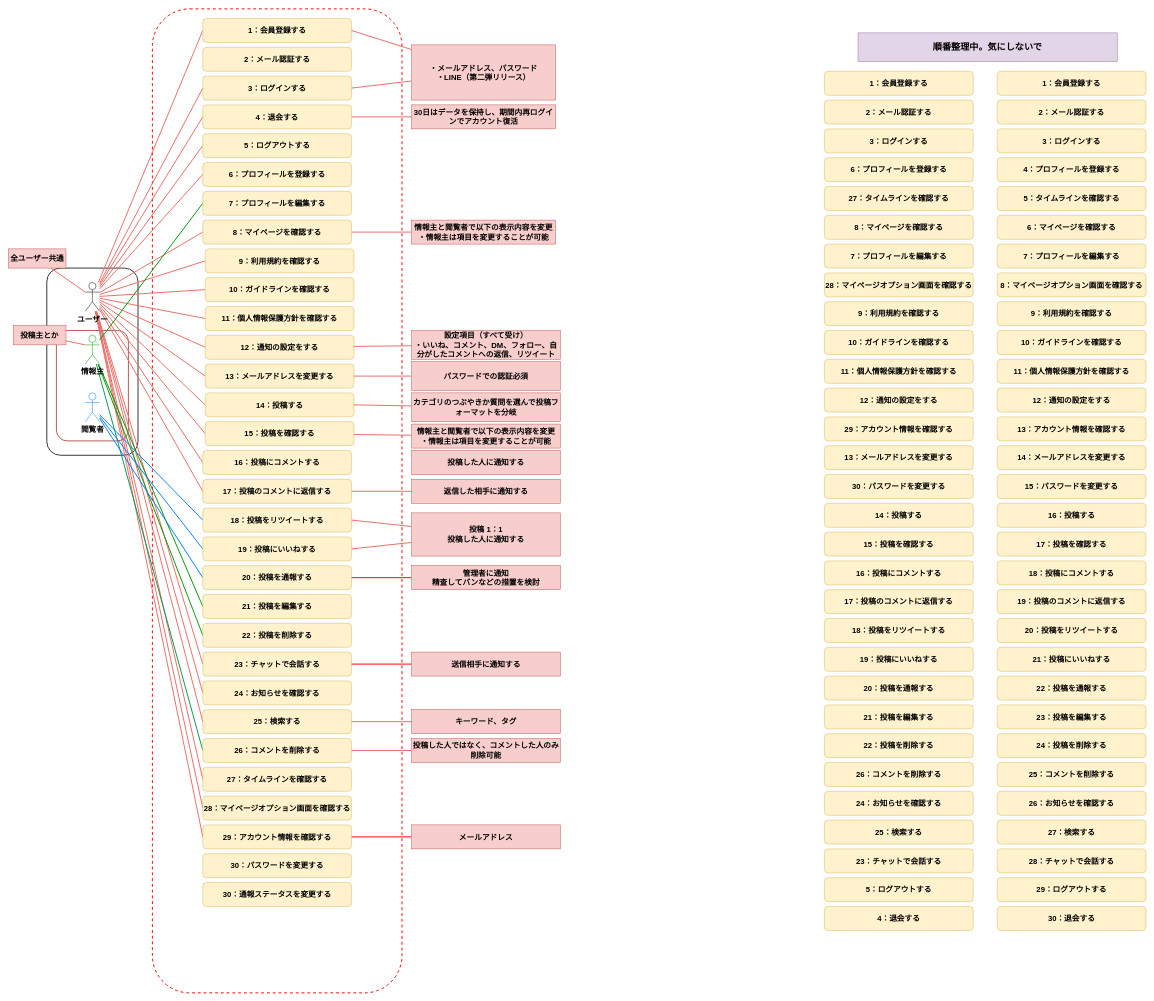
Earlier version of the draw.io diagram page "ユースケース図" (1 of 4) of modeling.drawio (haseryo0403/VenTal). Source tidied: cells renumbered, new cells numbered last; positions are measured from the earlier drawing's top-left corner, leaving out a move shared by most shapes. Both pictures are drawn from the tidied source at 48%, with x=0, y=0 at pixel (8, 9).
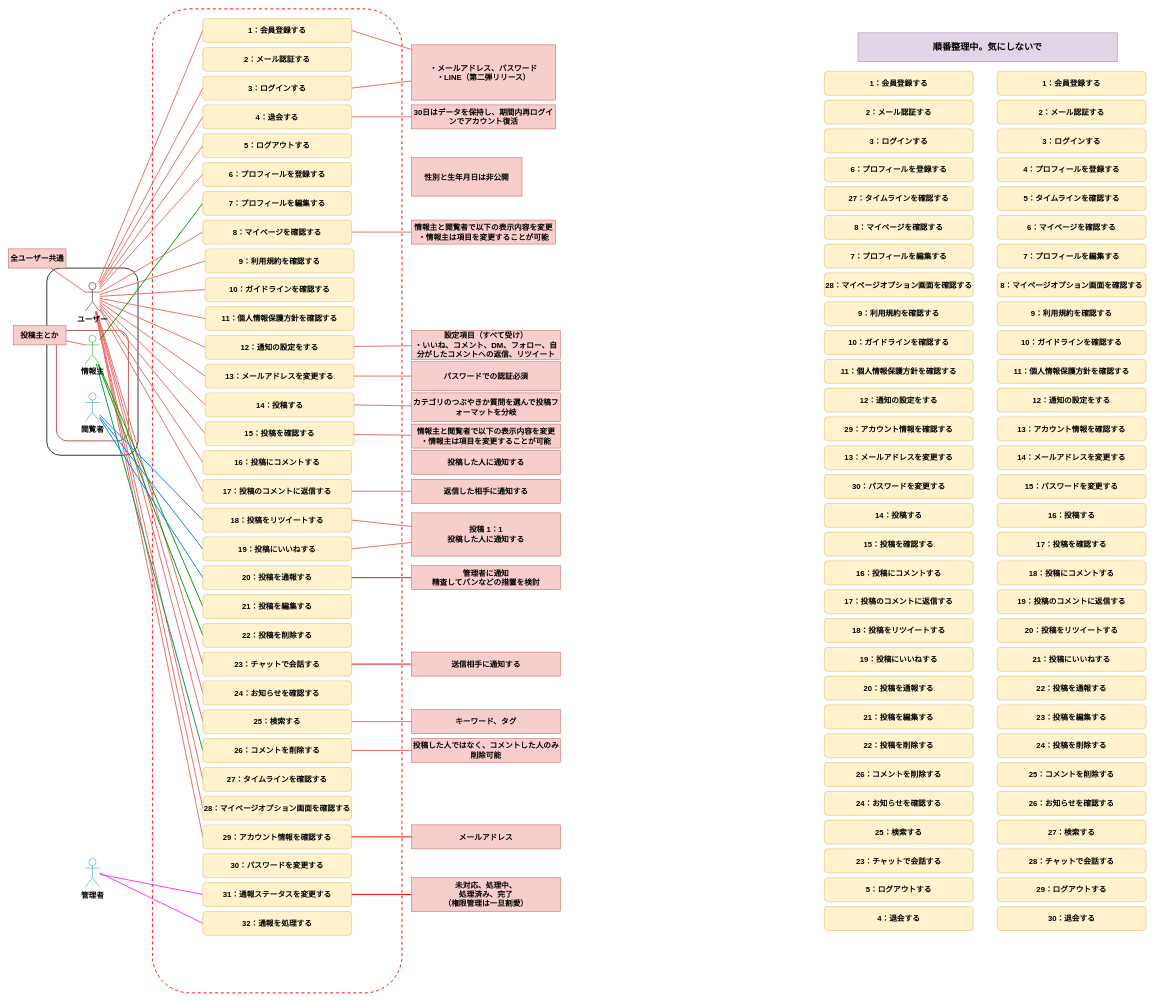
The same page after the edit.

Change to the diagram source:
```diff
@@
-    <mxCell id="163" value="&lt;span style=&quot;background-color: initial;&quot;&gt;30：通報ステータスを変更する&lt;/span&gt;" style="rounded=1;whiteSpace=wrap;html=1;strokeColor=#d6b656;align=center;verticalAlign=middle;fontFamily=Helvetica;fontSize=16;fontStyle=1;fillColor=#fff2cc;" parent="1" vertex="1">
+    <mxCell id="163" value="&lt;span style=&quot;background-color: initial;&quot;&gt;31：通報ステータスを変更する&lt;/span&gt;" style="rounded=1;whiteSpace=wrap;html=1;strokeColor=#d6b656;align=center;verticalAlign=middle;fontFamily=Helvetica;fontSize=16;fontStyle=1;fillColor=#fff2cc;" parent="1" vertex="1">
       <mxGeometry x="405" y="1820" width="310" height="50" as="geometry" />
     </mxCell>
+    <mxCell id="164" style="shape=connector;rounded=0;jettySize=auto;html=1;strokeColor=#FF33FF;align=center;verticalAlign=middle;fontFamily=Helvetica;fontSize=12;fontColor=default;fontStyle=1;labelBackgroundColor=none;endArrow=none;strokeWidth=2;entryX=0;entryY=0.5;entryDx=0;entryDy=0;endFill=0;" parent="1" edge="1" source="165" target="163">
+      <mxGeometry relative="1" as="geometry" />
+    </mxCell>
+    <mxCell id="165" value="管理者" style="shape=umlActor;verticalLabelPosition=bottom;verticalAlign=top;html=1;outlineConnect=0;fontSize=16;fontStyle=1;strokeColor=#007FFF;" parent="1" vertex="1">
+      <mxGeometry x="160" y="1770" width="30" height="60" as="geometry" />
+    </mxCell>
+    <mxCell id="166" style="shape=connector;rounded=0;jettySize=auto;html=1;entryX=1;entryY=0.5;entryDx=0;entryDy=0;strokeColor=#FF0000;align=center;verticalAlign=middle;fontFamily=Helvetica;fontSize=12;fontColor=default;fontStyle=1;labelBackgroundColor=none;endArrow=none;strokeWidth=2;endFill=0;" parent="1" edge="1" source="167" target="163">
+      <mxGeometry relative="1" as="geometry" />
+    </mxCell>
+    <mxCell id="167" value="未対応、処理中、&lt;div style=&quot;font-size: 16px;&quot;&gt;処理済み、&lt;span style=&quot;background-color: initial; font-size: 16px;&quot;&gt;完了&lt;/span&gt;&lt;/div&gt;&lt;div style=&quot;font-size: 16px;&quot;&gt;（権限管理は一旦割愛）&lt;/div&gt;" style="whiteSpace=wrap;html=1;fillColor=#f8cecc;strokeColor=#b85450;rounded=1;fontStyle=1;arcSize=0;fontSize=16;" parent="1" vertex="1">
+      <mxGeometry x="840" y="1810" width="310" height="70" as="geometry" />
+    </mxCell>
+    <mxCell id="168" value="&lt;span style=&quot;background-color: initial;&quot;&gt;32：通報を処理する&lt;/span&gt;" style="rounded=1;whiteSpace=wrap;html=1;strokeColor=#d6b656;align=center;verticalAlign=middle;fontFamily=Helvetica;fontSize=16;fontStyle=1;fillColor=#fff2cc;" parent="1" vertex="1">
+      <mxGeometry x="405" y="1880" width="310" height="50" as="geometry" />
+    </mxCell>
+    <mxCell id="169" style="shape=connector;rounded=0;jettySize=auto;html=1;strokeColor=#FF33FF;align=center;verticalAlign=middle;fontFamily=Helvetica;fontSize=12;fontColor=default;fontStyle=1;labelBackgroundColor=none;endArrow=none;strokeWidth=2;entryX=0;entryY=0.5;entryDx=0;entryDy=0;endFill=0;" parent="1" edge="1" target="168">
+      <mxGeometry relative="1" as="geometry">
+        <mxPoint x="190" y="1800" as="sourcePoint" />
+      </mxGeometry>
+    </mxCell>
+    <mxCell id="170" value="性別と生年月日は非公開" style="rounded=0;whiteSpace=wrap;html=1;fontFamily=Helvetica;fontSize=16;fontStyle=1;labelBackgroundColor=none;fillColor=#f8cecc;strokeColor=#b85450;" parent="1" vertex="1">
+      <mxGeometry x="840" y="310" width="230" height="80" as="geometry" />
+    </mxCell>
```
